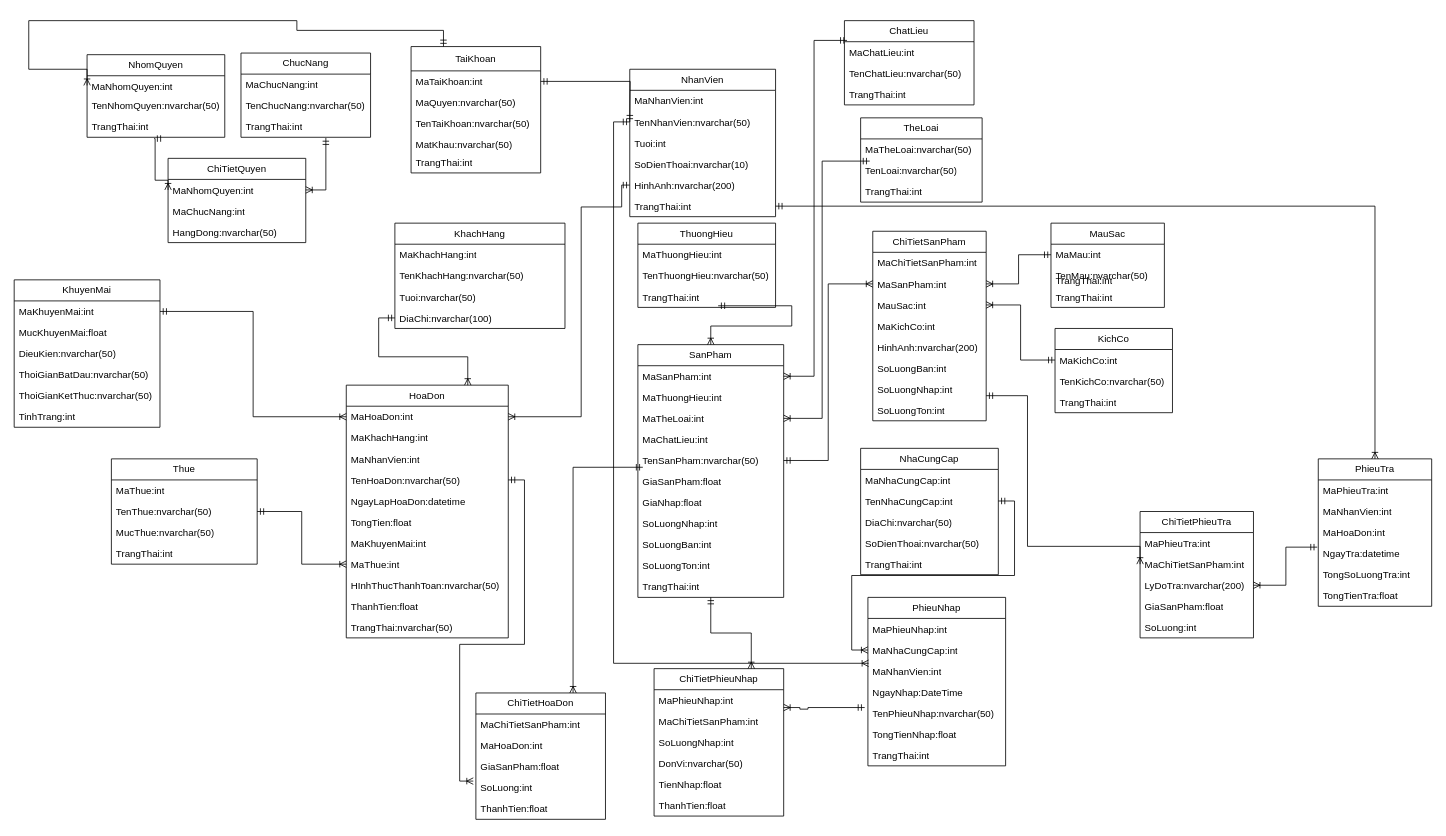
This is Biểu đồ không có tiêu đề (1).drawio from maivantai2003/SportStoreManager, a draw.io file, before an edit. Source tidied: cells renumbered, new cells numbered last; positions are measured from the earlier drawing's top-left corner, leaving out a move shared by most shapes. Both pictures are drawn from the tidied source at 81%, with x=0, y=0 at pixel (14, 20).
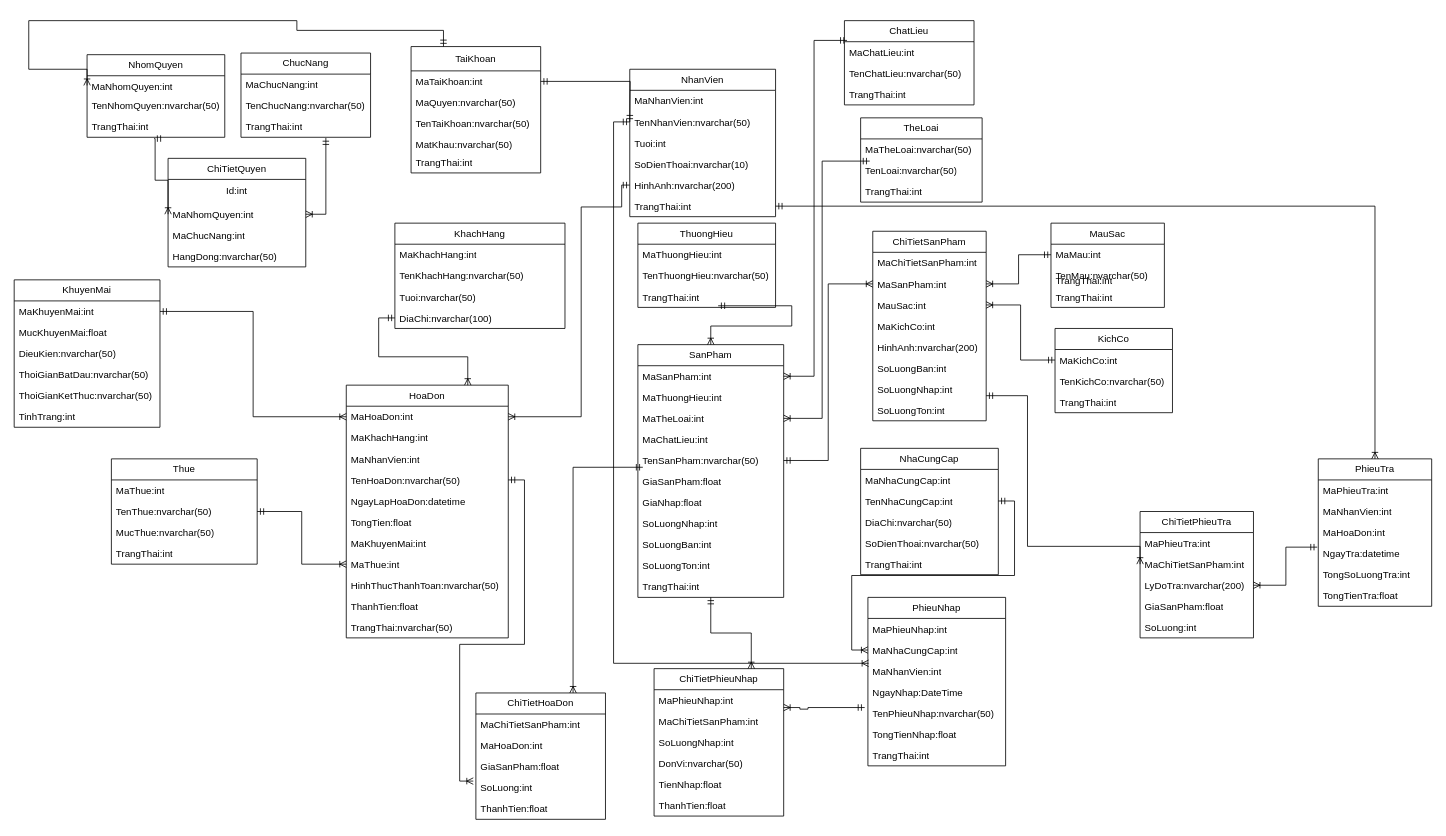
The same page after the edit.

Commit message:
Cập nhật Biểu đồ không có tiêu đề (1).drawio

The change refers to these unchanged cells:
```xml
<mxCell id="88" value="HoaDon" style="swimlane;fontStyle=0;horizontal=1;startSize=26;fillColor=none;whiteSpace=wrap;html=1;" parent="1" vertex="1">
  <mxGeometry x="410" y="450" width="200" height="312" as="geometry" />
</mxCell>
```

Diff of the diagram source:
```diff
@@
     <mxCell id="10" value="ChiTietQuyen" style="swimlane;fontStyle=0;horizontal=1;startSize=26;fillColor=none;whiteSpace=wrap;html=1;" parent="1" vertex="1">
-      <mxGeometry x="190" y="170" width="170" height="104" as="geometry" />
+      <mxGeometry x="190" y="170" width="170" height="134" as="geometry" />
     </mxCell>
+    <mxCell id="161" value="Id:int" style="text;html=1;strokeColor=none;fillColor=none;align=center;verticalAlign=middle;whiteSpace=wrap;rounded=0;" parent="10" vertex="1">
+      <mxGeometry y="26" width="170" height="30" as="geometry" />
+    </mxCell>
     <mxCell id="11" value="MaNhomQuyen:int" style="text;strokeColor=none;fillColor=none;align=left;verticalAlign=top;spacingLeft=4;spacingRight=4;overflow=hidden;points=[[0,0.5],[1,0.5]];portConstraint=eastwest;whiteSpace=wrap;html=1;" parent="10" vertex="1">
-      <mxGeometry y="26" width="170" height="26" as="geometry" />
+      <mxGeometry y="56" width="170" height="26" as="geometry" />
     </mxCell>
     <mxCell id="12" value="MaChucNang:int" style="text;strokeColor=none;fillColor=none;align=left;verticalAlign=top;spacingLeft=4;spacingRight=4;overflow=hidden;whiteSpace=wrap;html=1;" parent="10" vertex="1">
-      <mxGeometry y="52" width="170" height="26" as="geometry" />
+      <mxGeometry y="82" width="170" height="26" as="geometry" />
     </mxCell>
     <mxCell id="13" value="HangDong:nvarchar(50)" style="text;strokeColor=none;fillColor=none;align=left;verticalAlign=top;spacingLeft=4;spacingRight=4;overflow=hidden;whiteSpace=wrap;html=1;" parent="10" vertex="1">
-      <mxGeometry y="78" width="170" height="26" as="geometry" />
+      <mxGeometry y="108" width="170" height="26" as="geometry" />
     </mxCell>
@@
-    <mxCell id="97" value="HInhThucThanhToan:nvarchar(50)" style="text;strokeColor=none;fillColor=none;align=left;verticalAlign=top;spacingLeft=4;spacingRight=4;overflow=hidden;whiteSpace=wrap;html=1;" parent="88" vertex="1">
+    <mxCell id="97" value="HinhThucThanhToan:nvarchar(50)" style="text;strokeColor=none;fillColor=none;align=left;verticalAlign=top;spacingLeft=4;spacingRight=4;overflow=hidden;whiteSpace=wrap;html=1;" parent="88" vertex="1">
       <mxGeometry y="234" width="200" height="26" as="geometry" />
     </mxCell>
```
